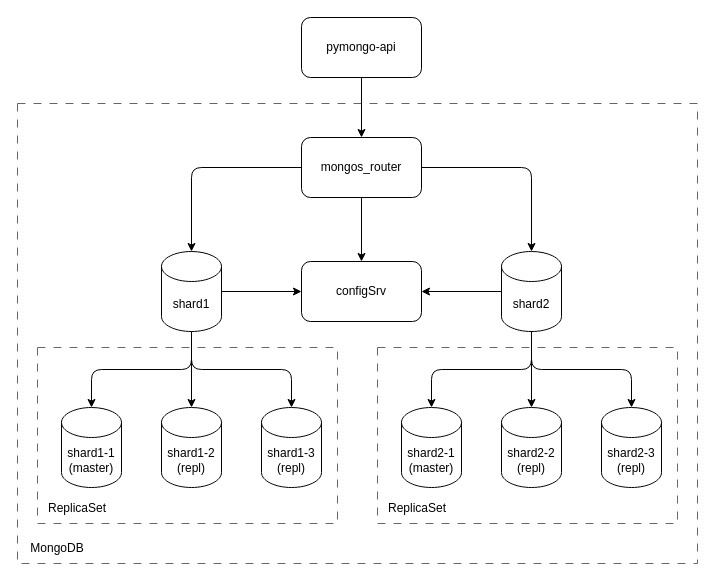
Before: schemas/2-replica.drawio in invinciblewest/architecture-black_friday, a draw.io diagram. Source tidied: cells renumbered, new cells numbered last; positions are measured from the earlier drawing's top-left corner, leaving out a move shared by most shapes. Both pictures are drawn from the tidied source at 100%, with x=0, y=0 at pixel (17, 17).
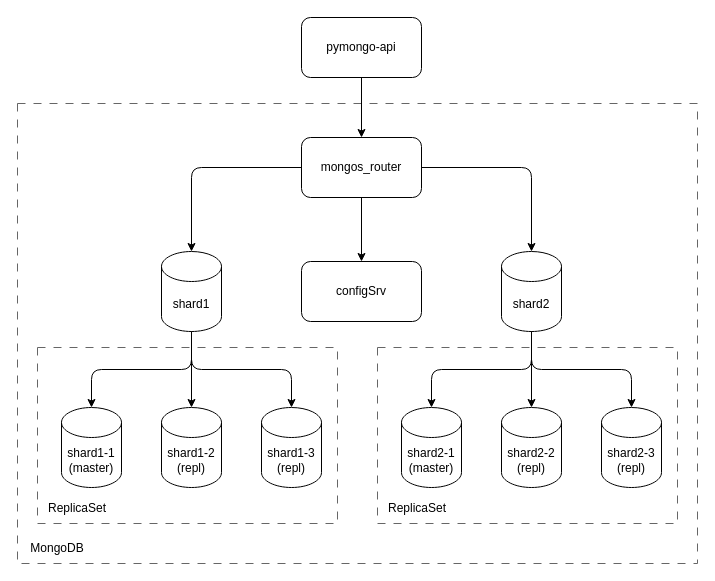
The same diagram, later.

Commit message (it also covers changes not shown here):
task 3 - replica (schemas fix)

Unchanged cells that the change refers to:
```xml
<mxCell id="7" value="configSrv" style="rounded=1;whiteSpace=wrap;html=1;" parent="1" vertex="1">
  <mxGeometry x="284" y="244" width="120" height="60" as="geometry" />
</mxCell>
<mxCell id="11" value="shard1" style="shape=cylinder3;whiteSpace=wrap;html=1;boundedLbl=1;backgroundOutline=1;size=15;" parent="1" vertex="1">
  <mxGeometry x="144" y="234" width="60" height="80" as="geometry" />
</mxCell>
<mxCell id="14" value="shard2" style="shape=cylinder3;whiteSpace=wrap;html=1;boundedLbl=1;backgroundOutline=1;size=15;" parent="1" vertex="1">
  <mxGeometry x="484" y="234" width="60" height="80" as="geometry" />
</mxCell>
```

Diff of the diagram source:
```diff
@@
-    <mxCell id="8" style="edgeStyle=orthogonalEdgeStyle;rounded=1;jettySize=auto;html=1;exitX=1;exitY=0.5;exitDx=0;exitDy=0;exitPerimeter=0;entryX=0;entryY=0.5;entryDx=0;entryDy=0;curved=0;" parent="1" edge="1" source="11" target="7">
-      <mxGeometry relative="1" as="geometry" />
-    </mxCell>
@@
-    <mxCell id="12" style="edgeStyle=orthogonalEdgeStyle;rounded=1;jettySize=auto;html=1;exitX=0;exitY=0.5;exitDx=0;exitDy=0;exitPerimeter=0;entryX=1;entryY=0.5;entryDx=0;entryDy=0;curved=0;" parent="1" edge="1" source="14" target="7">
-      <mxGeometry relative="1" as="geometry" />
-    </mxCell>
```
